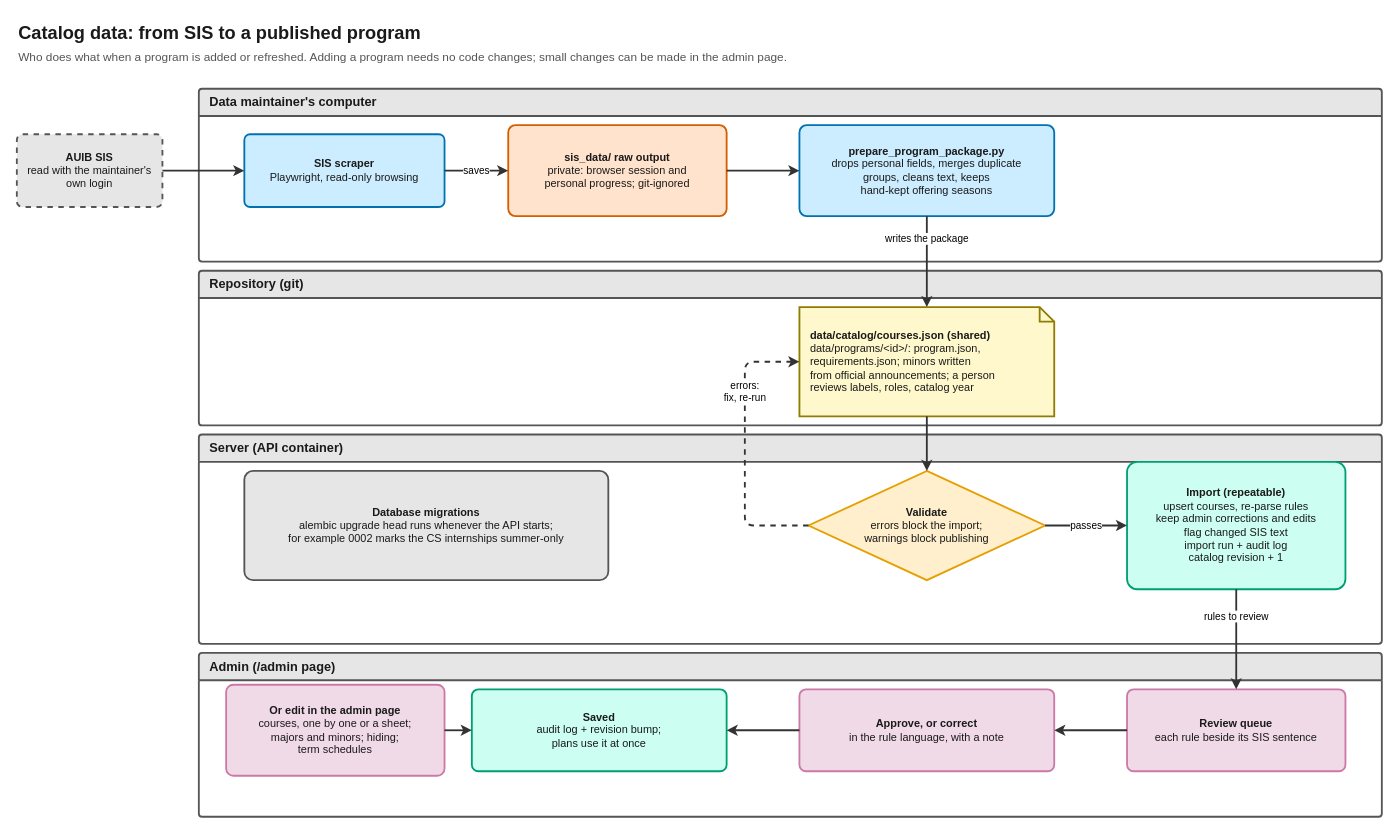
Earlier version of the draw.io diagram docs/diagrams/05-data-pipeline.drawio (zaniixx/AUIB-Academic-Advisor). Source tidied: cells renumbered, new cells numbered last; positions are measured from the earlier drawing's top-left corner, leaving out a move shared by most shapes. Both pictures are drawn from the tidied source at 91%, with x=0, y=0 at pixel (16, 15).
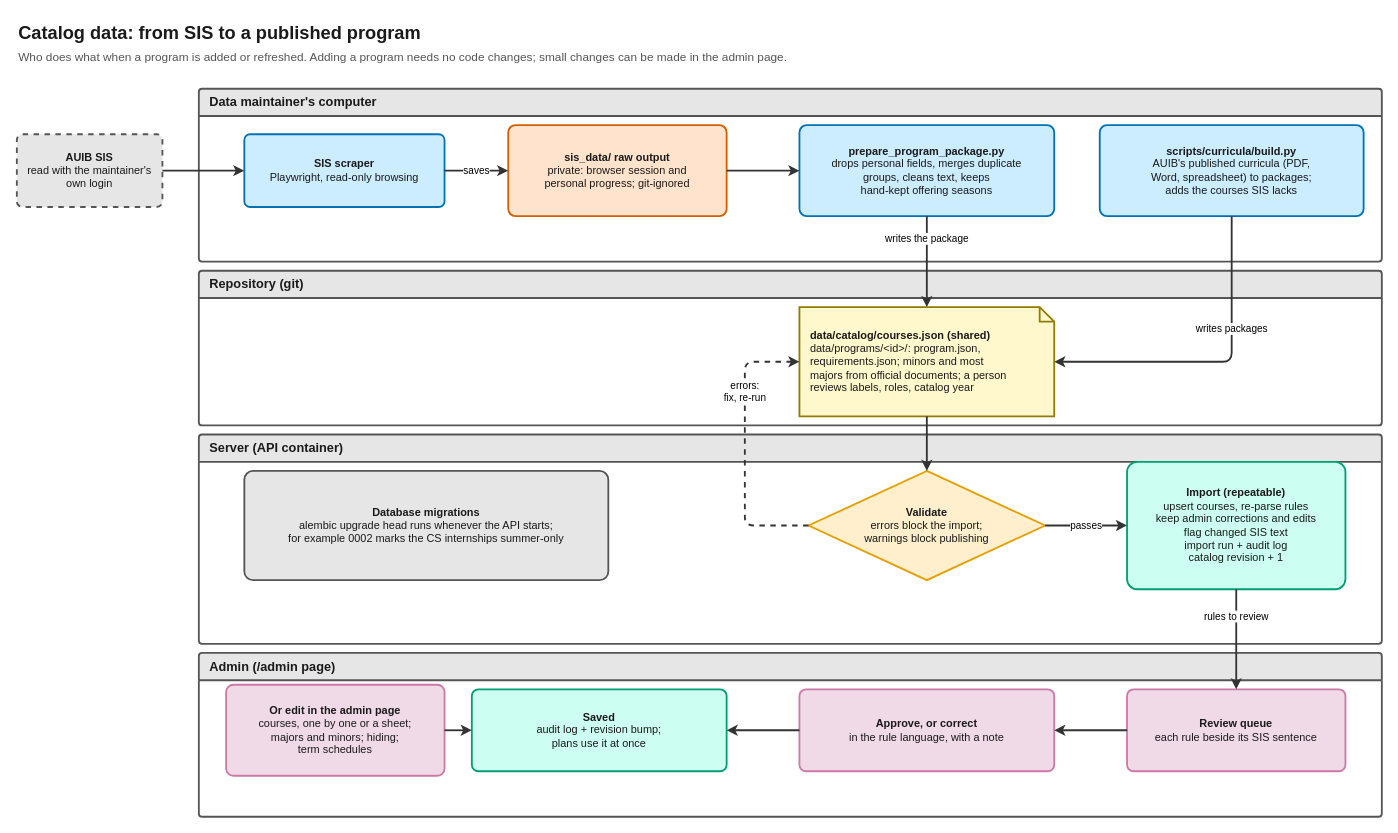
The same page after the edit.

Unchanged cells that the change refers to:
```xml
<mxCell id="3" value="Data maintainer's computer" style="swimlane;startSize=30;html=1;whiteSpace=wrap;fillColor=#e6e6e6;strokeColor=#555555;swimlaneFillColor=#ffffff;fontColor=#1a1a1a;fontFamily=Helvetica;fontSize=14;fontStyle=1;strokeWidth=2;rounded=1;arcSize=4;align=left;spacingLeft=10;" parent="1" vertex="1">
  <mxGeometry x="200" y="80" width="1300" height="190" as="geometry" />
</mxCell>
<mxCell id="4" value="Repository (git)" style="swimlane;startSize=30;html=1;whiteSpace=wrap;fillColor=#e6e6e6;strokeColor=#555555;swimlaneFillColor=#ffffff;fontColor=#1a1a1a;fontFamily=Helvetica;fontSize=14;fontStyle=1;strokeWidth=2;rounded=1;arcSize=4;align=left;spacingLeft=10;" parent="1" vertex="1">
  <mxGeometry x="200" y="280" width="1300" height="170" as="geometry" />
</mxCell>
```

Diff of the diagram source:
```diff
@@
-    <mxCell id="11" value="&lt;b&gt;data/catalog/courses.json (shared)&lt;/b&gt;&lt;br&gt;data/programs/&amp;lt;id&amp;gt;/: program.json,&lt;br&gt;requirements.json; minors written&lt;br&gt;from official announcements; a person&lt;br&gt;reviews labels, roles, catalog year" style="shape=note;size=16;whiteSpace=wrap;html=1;fillColor=#fff8cc;strokeColor=#8f7c00;fontColor=#1a1a1a;fontFamily=Helvetica;fontSize=12;strokeWidth=2;verticalAlign=middle;align=left;spacingLeft=10;spacingRight=10;" parent="4" vertex="1">
+    <mxCell id="11" value="&lt;b&gt;data/catalog/courses.json (shared)&lt;/b&gt;&lt;br&gt;data/programs/&amp;lt;id&amp;gt;/: program.json,&lt;br&gt;requirements.json; minors and most&lt;br&gt;majors from official documents; a person&lt;br&gt;reviews labels, roles, catalog year" style="shape=note;size=16;whiteSpace=wrap;html=1;fillColor=#fff8cc;strokeColor=#8f7c00;fontColor=#1a1a1a;fontFamily=Helvetica;fontSize=12;strokeWidth=2;verticalAlign=middle;align=left;spacingLeft=10;spacingRight=10;" parent="4" vertex="1">
       <mxGeometry x="660" y="40" width="280" height="120" as="geometry" />
     </mxCell>
@@
+    <mxCell id="30" value="&lt;b&gt;scripts/curricula/build.py&lt;/b&gt;&lt;br&gt;AUIB's published curricula (PDF,&lt;br&gt;Word, spreadsheet) to packages;&lt;br&gt;adds the courses SIS lacks" style="rounded=1;arcSize=8;whiteSpace=wrap;html=1;fillColor=#ccedff;strokeColor=#0072b2;fontColor=#1a1a1a;fontFamily=Helvetica;fontSize=12;strokeWidth=2;verticalAlign=middle;" parent="3" vertex="1">
+      <mxGeometry x="990" y="40" width="290" height="100" as="geometry" />
+    </mxCell>
+    <mxCell id="31" value="writes packages" style="edgeStyle=orthogonalEdgeStyle;rounded=1;jettySize=auto;html=1;endArrow=classic;endFill=1;strokeWidth=2;strokeColor=#333333;fontFamily=Helvetica;fontSize=11;labelBackgroundColor=#ffffff;exitX=0.5;exitY=1;exitDx=0;exitDy=0;entryX=1;entryY=0.5;entryDx=0;entryDy=0;" parent="1" edge="1" source="30" target="11">
+      <mxGeometry x="-0.3" relative="1" as="geometry">
+        <Array as="points">
+          <mxPoint x="1335" y="380" />
+        </Array>
+      </mxGeometry>
+    </mxCell>
```
